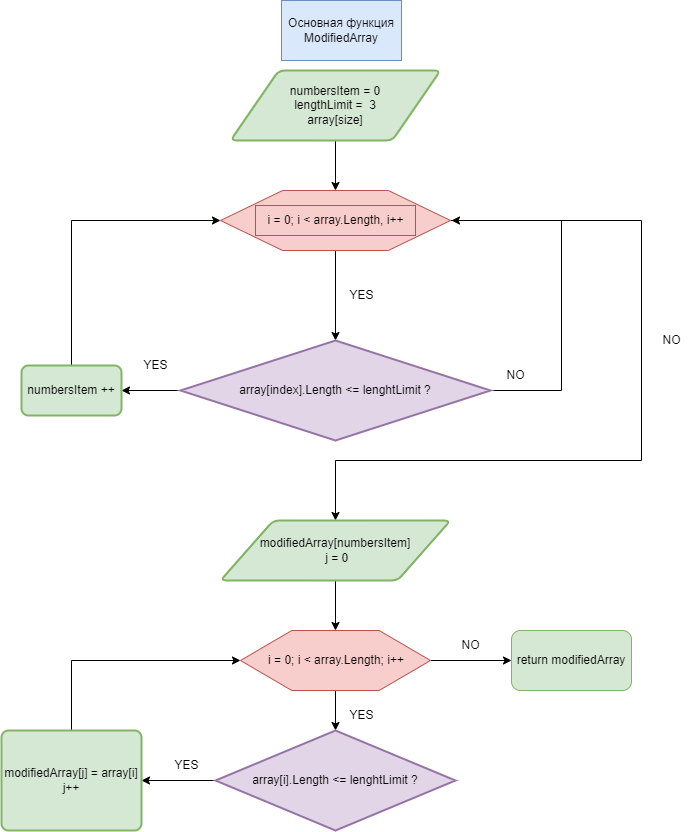
NorthernAvenue/final_test_work keeps this draw.io diagram as img/block_diagram.png. Above is the earlier version. Source tidied: cells renumbered, new cells last; positions are measured from the earlier drawing's top-left corner, leaving out a move shared by most shapes.
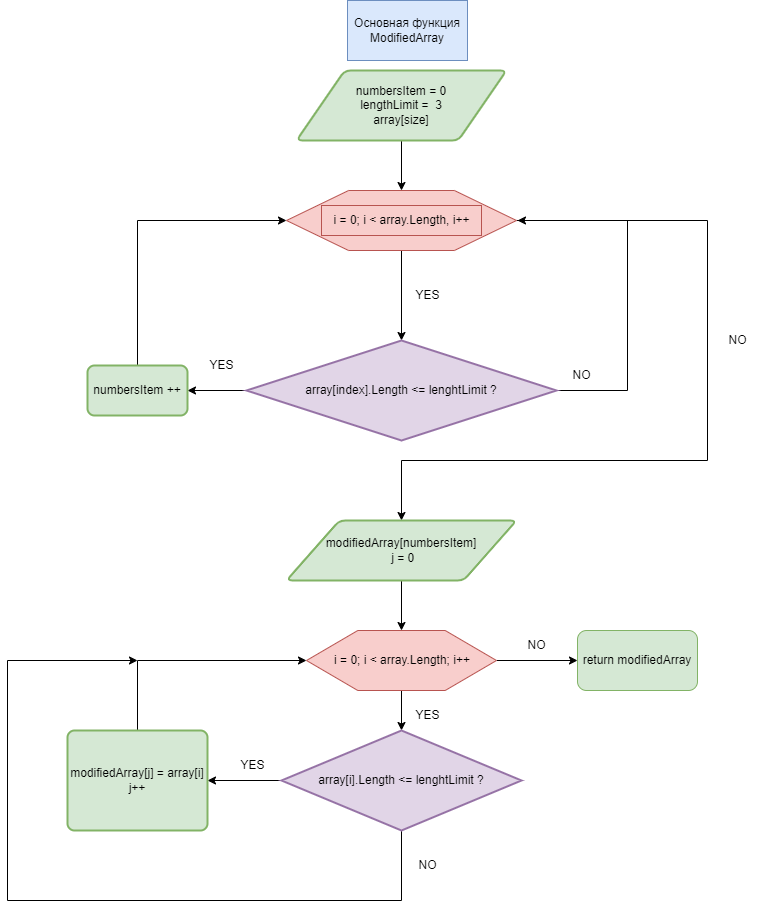
After the change.

The edit, as a diff of the source:
```diff
@@ -80,6 +80,16 @@
     <mxCell id="21" style="edgeStyle=orthogonalEdgeStyle;rounded=0;jettySize=auto;html=1;" parent="1" edge="1" source="22" target="30">
       <mxGeometry relative="1" as="geometry" />
     </mxCell>
+    <mxCell id="32" style="edgeStyle=orthogonalEdgeStyle;rounded=0;jettySize=auto;html=1;" parent="1" edge="1" source="22">
+      <mxGeometry relative="1" as="geometry">
+        <mxPoint x="70" y="660" as="targetPoint" />
+        <Array as="points">
+          <mxPoint x="334" y="900" />
+          <mxPoint x="-60" y="900" />
+          <mxPoint x="-60" y="660" />
+        </Array>
+      </mxGeometry>
+    </mxCell>
     <mxCell id="22" value="array[i].Length &amp;lt;= lenghtLimit ?" style="strokeWidth=2;html=1;shape=mxgraph.flowchart.decision;whiteSpace=wrap;fillColor=#e1d5e7;strokeColor=#9673a6;" parent="1" vertex="1">
       <mxGeometry x="214" y="730" width="240" height="100" as="geometry" />
     </mxCell>
@@ -114,5 +124,8 @@
     <mxCell id="31" value="YES" style="text;html=1;align=center;verticalAlign=middle;strokeColor=none;fillColor=none;" parent="1" vertex="1">
       <mxGeometry x="335" y="700" width="50" height="30" as="geometry" />
     </mxCell>
+    <mxCell id="33" value="NO" style="text;html=1;align=center;verticalAlign=middle;strokeColor=none;fillColor=none;" parent="1" vertex="1">
+      <mxGeometry x="340" y="850" width="40" height="30" as="geometry" />
+    </mxCell>
   </root>
 </mxGraphModel>
```
